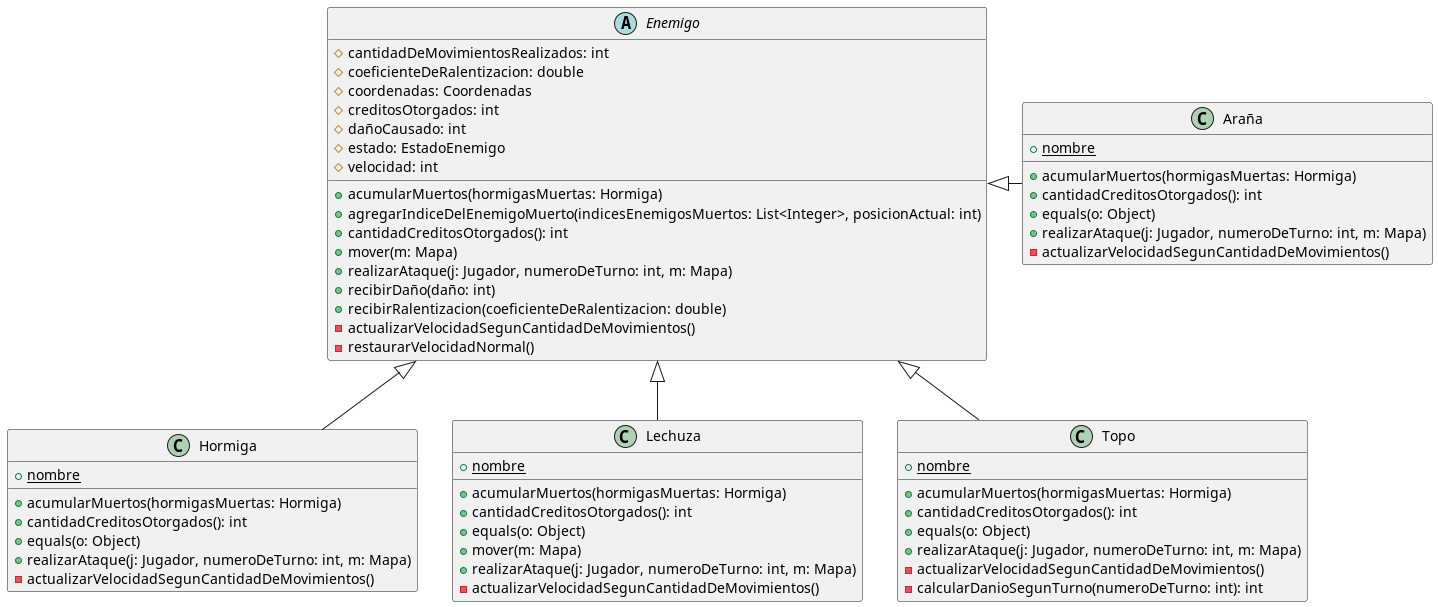
Before: diagrams/classes/Enemigo/DC_Enemigo.png, a diagram exported from PlantUML (Aldumogi/AlgoDefense).
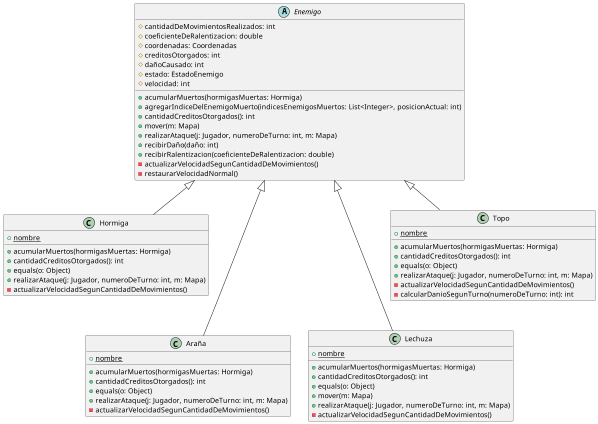
The same diagram one commit later.

Diff of the diagram source:
```diff
@@ -59,9 +59,9 @@
 
 Enemigo <|-- Hormiga
 
-Enemigo <|- Araña
+Enemigo <|--- Araña
 
-Enemigo <|-- Lechuza
+Enemigo <|--- Lechuza
 Enemigo <|-- Topo
 
 @enduml
```
